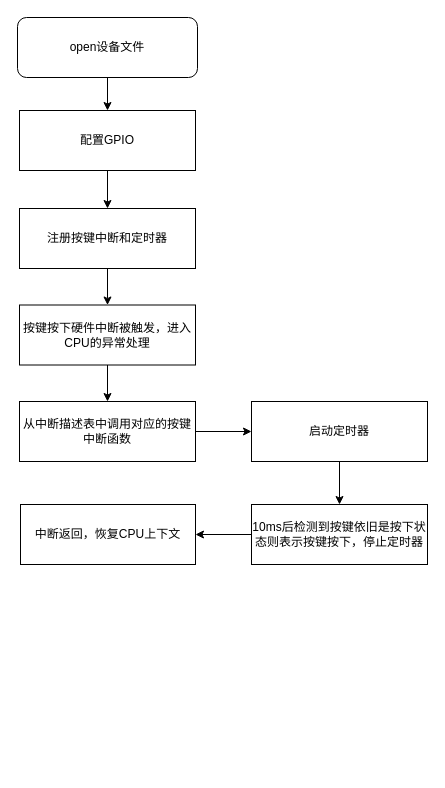
chiti-liu/linux_study keeps this draw.io diagram as 按键驱动框架.drawio. Above is the earlier version. Source tidied: cells renumbered, new cells numbered last; positions are measured from the earlier drawing's top-left corner, leaving out a move shared by most shapes. Both pictures are drawn from the tidied source at 100%, with x=0, y=0 at pixel (17, 17).
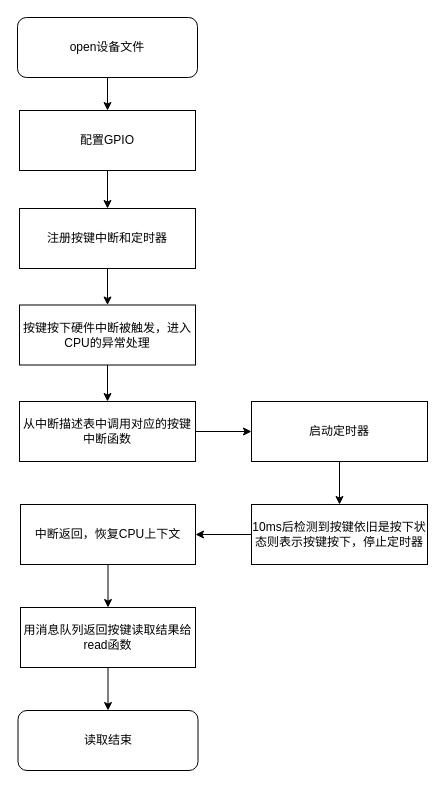
After the change.

Commit message:
按键驱动框架.drawio

Unchanged cells that the change refers to:
```xml
<mxCell id="16" value="中断返回，恢复CPU上下文" style="rounded=0;whiteSpace=wrap;html=1;" parent="1" vertex="1">
  <mxGeometry x="3" y="487" width="175" height="60" as="geometry" />
</mxCell>
```

The edit, as a diff of the source:
```diff
@@
+    <mxCell id="17" style="edgeStyle=orthogonalEdgeStyle;rounded=0;jettySize=auto;html=1;" parent="1" edge="1" source="16" target="19">
+      <mxGeometry relative="1" as="geometry" />
+    </mxCell>
@@
+    <mxCell id="18" style="edgeStyle=orthogonalEdgeStyle;rounded=0;jettySize=auto;html=1;" parent="1" edge="1" source="19" target="20">
+      <mxGeometry relative="1" as="geometry" />
+    </mxCell>
+    <mxCell id="19" value="用消息队列返回按键读取结果给read函数" style="rounded=0;whiteSpace=wrap;html=1;" parent="1" vertex="1">
+      <mxGeometry x="3" y="590" width="175" height="60" as="geometry" />
+    </mxCell>
+    <mxCell id="20" value="&lt;font style=&quot;font-size: 12px;&quot;&gt;读取结束&lt;/font&gt;" style="rounded=1;whiteSpace=wrap;html=1;" parent="1" vertex="1">
+      <mxGeometry x="0.5" y="693" width="180" height="60" as="geometry" />
+    </mxCell>
```
